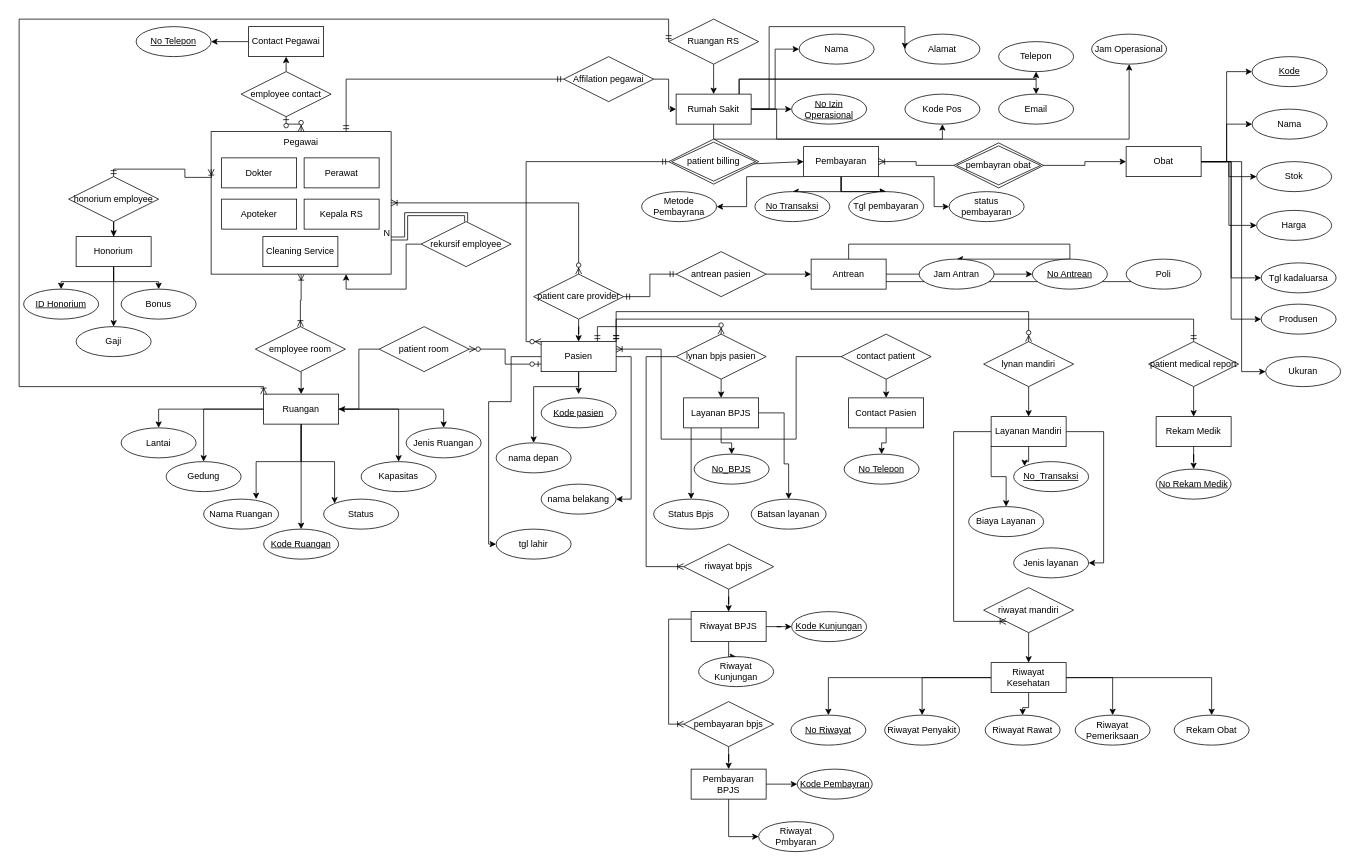
lsawfa/ERD-BasisData keeps this draw.io diagram as Diagram Tanpa Judul.drawio. Above is the earlier version. Source tidied: cells renumbered, new cells numbered last; positions are measured from the earlier drawing's top-left corner, leaving out a move shared by most shapes. Both pictures are drawn from the tidied source at 75%, with x=0, y=0 at pixel (19, 19).
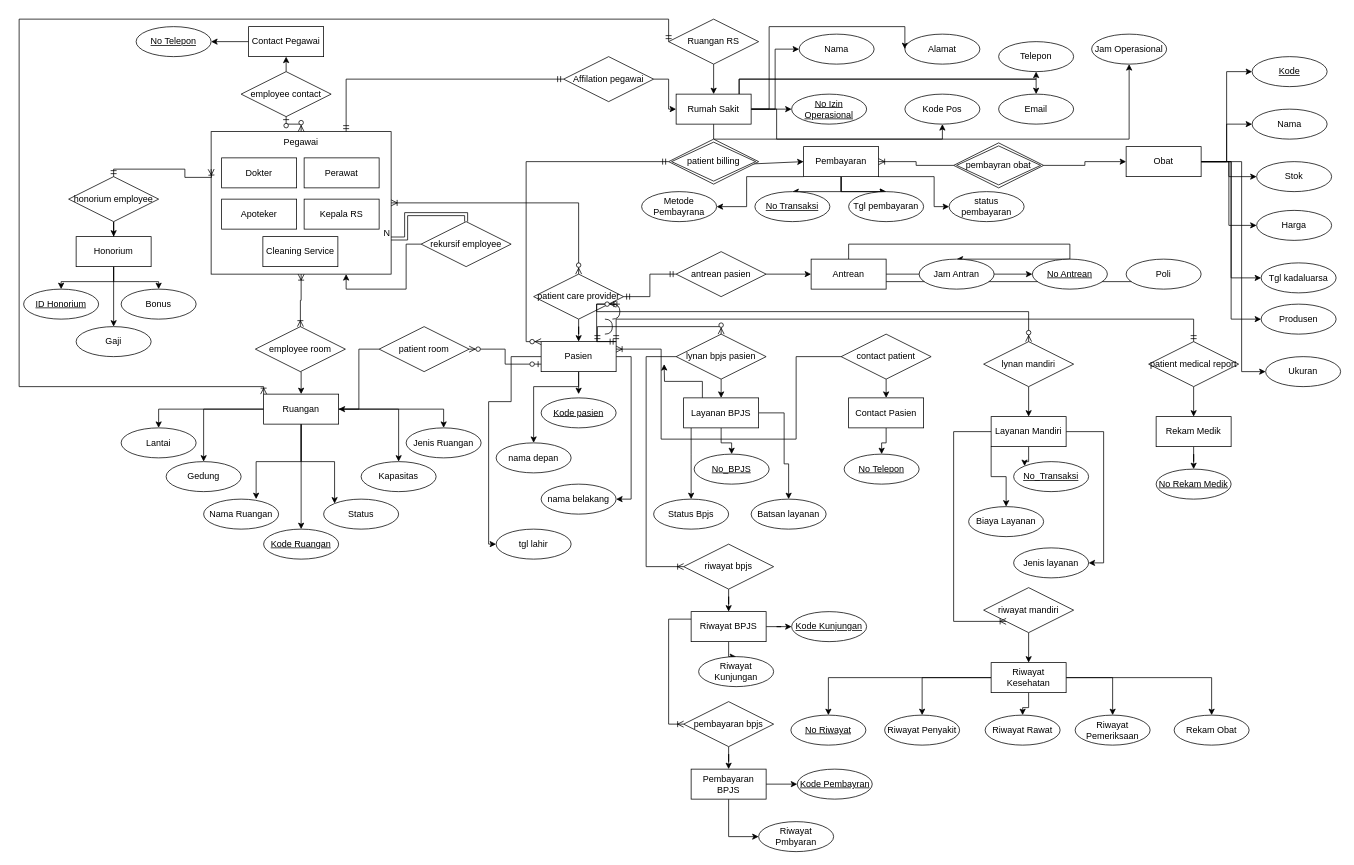
Above is the later version.

Unchanged cells that the change refers to:
```xml
<mxCell id="45" value="Pasien" style="whiteSpace=wrap;html=1;align=center;" parent="1" vertex="1">
  <mxGeometry x="696" y="430" width="100" height="40" as="geometry" />
</mxCell>
<mxCell id="59" value="Layanan BPJS" style="whiteSpace=wrap;html=1;align=center;" parent="1" vertex="1">
  <mxGeometry x="886" y="505" width="100" height="40" as="geometry" />
</mxCell>
<mxCell id="114" value="lynan mandiri" style="shape=rhombus;perimeter=rhombusPerimeter;whiteSpace=wrap;html=1;align=center;" parent="1" vertex="1">
  <mxGeometry x="1286" y="430" width="120" height="60" as="geometry" />
</mxCell>
```

Change to the diagram source:
```diff
@@
+    <mxCell id="186" style="edgeStyle=orthogonalEdgeStyle;rounded=0;jettySize=auto;html=1;exitX=0.25;exitY=0;exitDx=0;exitDy=0;" parent="1" edge="1" source="59">
+      <mxGeometry relative="1" as="geometry">
+        <mxPoint x="860" y="460" as="targetPoint" />
+      </mxGeometry>
+    </mxCell>
@@
-    <mxCell id="123" style="edgeStyle=orthogonalEdgeStyle;fontSize=12;html=1;endArrow=ERzeroToMany;startArrow=ERmandOne;rounded=0;exitX=1;exitY=0;exitDx=0;exitDy=0;entryX=0.5;entryY=0;entryDx=0;entryDy=0;" parent="1" edge="1" source="45" target="114">
+    <mxCell id="123" style="edgeStyle=orthogonalEdgeStyle;fontSize=12;html=1;endArrow=ERzeroToMany;startArrow=ERmandOne;rounded=0;exitX=1;exitY=0;exitDx=0;exitDy=0;entryX=0.5;entryY=0;entryDx=0;entryDy=0;" parent="1" edge="1" source="189" target="114">
       <mxGeometry relative="1" as="geometry">
         <Array as="points">
-          <mxPoint x="796" y="390" />
+          <mxPoint x="770" y="390" />
           <mxPoint x="1346" y="390" />
         </Array>
       </mxGeometry>
     </mxCell>
@@
+    <mxCell id="187" style="shape=requiredInterface;html=1;verticalLabelPosition=bottom;sketch=0;" parent="1" vertex="1">
+      <mxGeometry x="781" y="400" width="10" height="20" as="geometry" />
+    </mxCell>
+    <mxCell id="188" style="edgeStyle=orthogonalEdgeStyle;fontSize=12;html=1;endArrow=ERzeroToMany;startArrow=ERmandOne;rounded=0;exitX=1;exitY=0;exitDx=0;exitDy=0;entryX=0.5;entryY=0;entryDx=0;entryDy=0;" parent="1" edge="1" source="45" target="189">
+      <mxGeometry relative="1" as="geometry">
+        <Array as="points">
+          <mxPoint x="770" y="430" />
+        </Array>
+      </mxGeometry>
+    </mxCell>
+    <mxCell id="189" style="shape=requiredInterface;html=1;verticalLabelPosition=bottom;sketch=0;" parent="1" vertex="1">
+      <mxGeometry x="791" y="380" width="10" height="20" as="geometry" />
+    </mxCell>
```
